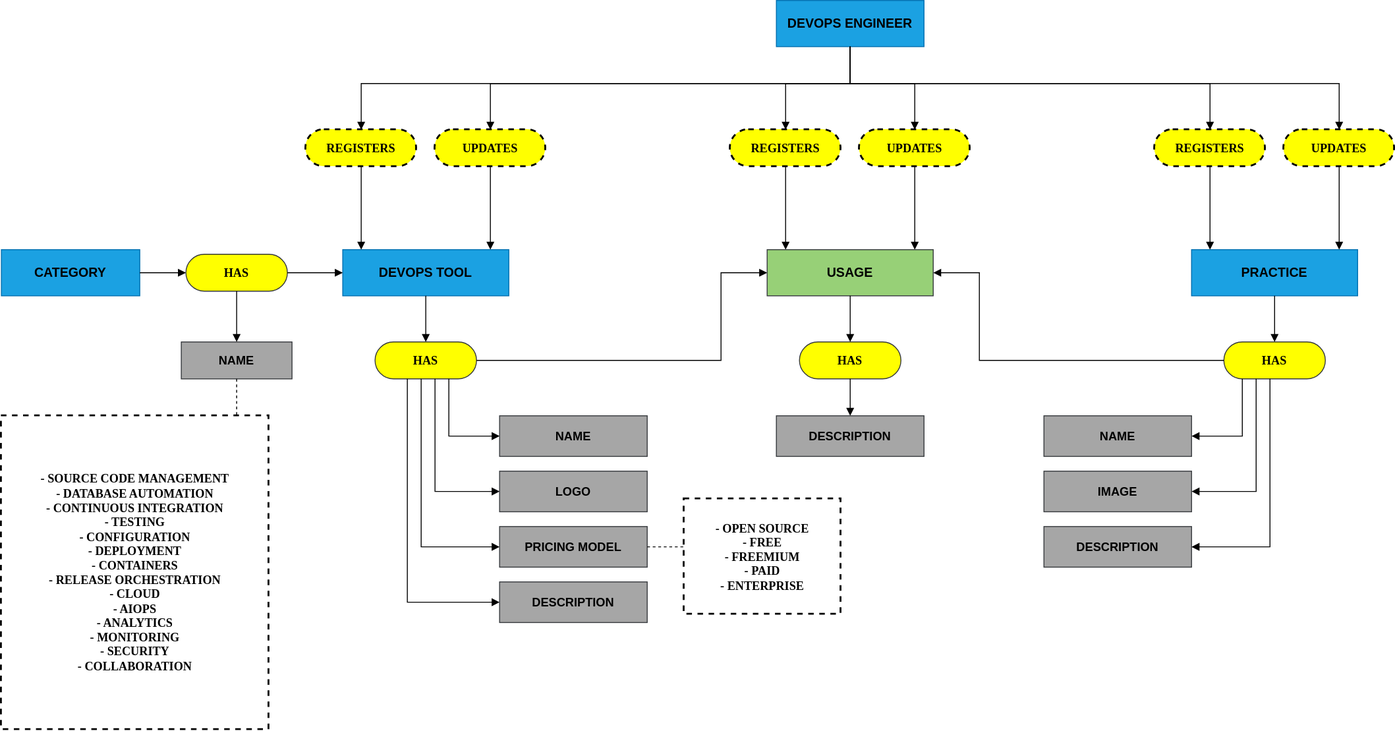
This is docs/esquema-preconceptual.svg from sromerop01/DevOpsTool, a draw.io export, as it was before one commit. Source tidied: cells renumbered, new cells last; positions are measured from the earlier drawing's top-left corner, leaving out a move shared by most shapes.
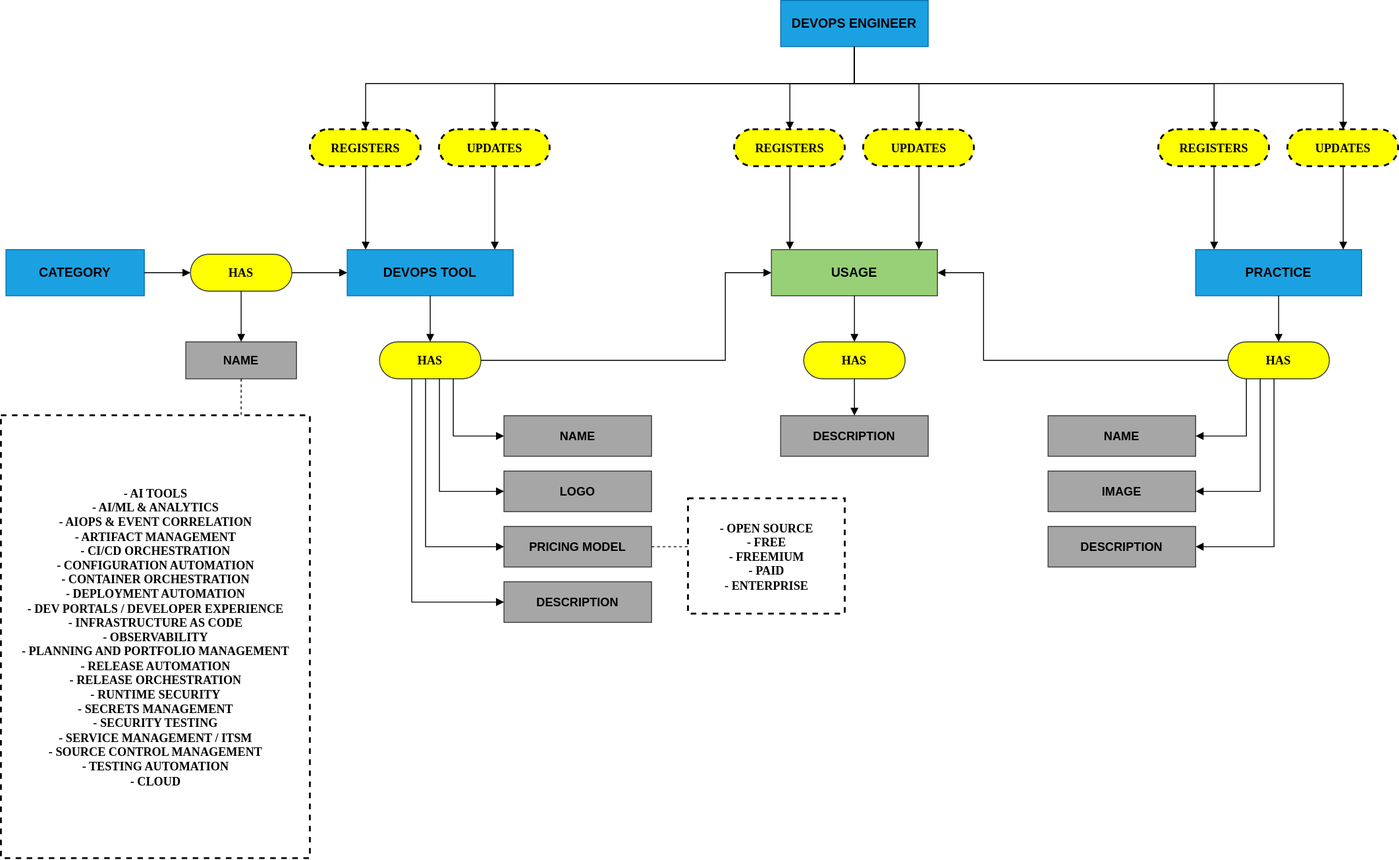
Later version of the same file.

Commit message:
feat(index): esquema con las 21 categorías de Digital.ai

What changed in the source:
```diff
@@ -41,8 +41,8 @@
     <mxCell id="14" value="NAME" style="rounded=0;whiteSpace=wrap;html=1;fillColor=#A6A6A6;strokeColor=#36393D;fontColor=#000000;fontStyle=1;fontSize=13;fontFamily=Helvetica;" parent="1" vertex="1">
       <mxGeometry x="195" y="370" width="120" height="40" as="geometry" />
     </mxCell>
-    <mxCell id="15" value="- SOURCE CODE MANAGEMENT&lt;br&gt;- DATABASE AUTOMATION&lt;br&gt;- CONTINUOUS INTEGRATION&lt;br&gt;- TESTING&lt;br&gt;- CONFIGURATION&lt;br&gt;- DEPLOYMENT&lt;br&gt;- CONTAINERS&lt;br&gt;- RELEASE ORCHESTRATION&lt;br&gt;- CLOUD&lt;br&gt;- AIOPS&lt;br&gt;- ANALYTICS&lt;br&gt;- MONITORING&lt;br&gt;- SECURITY&lt;br&gt;- COLLABORATION" style="rounded=0;whiteSpace=wrap;html=1;fillColor=none;strokeColor=#000000;fontColor=#000000;dashed=1;strokeWidth=2;fontStyle=1;fontSize=13;fontFamily=Times New Roman;align=center;verticalAlign=middle;" parent="1" vertex="1">
-      <mxGeometry y="450" width="290" height="340" as="geometry" />
+    <mxCell id="15" value="- AI TOOLS&lt;br&gt;- AI/ML &amp;amp; ANALYTICS&lt;br&gt;- AIOPS &amp;amp; EVENT CORRELATION&lt;br&gt;- ARTIFACT MANAGEMENT&lt;br&gt;- CI/CD ORCHESTRATION&lt;br&gt;- CONFIGURATION AUTOMATION&lt;br&gt;- CONTAINER ORCHESTRATION&lt;br&gt;- DEPLOYMENT AUTOMATION&lt;br&gt;- DEV PORTALS / DEVELOPER EXPERIENCE&lt;br&gt;- INFRASTRUCTURE AS CODE&lt;br&gt;- OBSERVABILITY&lt;br&gt;- PLANNING AND PORTFOLIO MANAGEMENT&lt;br&gt;- RELEASE AUTOMATION&lt;br&gt;- RELEASE ORCHESTRATION&lt;br&gt;- RUNTIME SECURITY&lt;br&gt;- SECRETS MANAGEMENT&lt;br&gt;- SECURITY TESTING&lt;br&gt;- SERVICE MANAGEMENT / ITSM&lt;br&gt;- SOURCE CONTROL MANAGEMENT&lt;br&gt;- TESTING AUTOMATION&lt;br&gt;- CLOUD" style="rounded=0;whiteSpace=wrap;html=1;fillColor=none;strokeColor=#000000;fontColor=#000000;dashed=1;strokeWidth=2;fontStyle=1;fontSize=13;fontFamily=Times New Roman;align=center;verticalAlign=middle;" parent="1" vertex="1">
+      <mxGeometry x="-5" y="450" width="335" height="480" as="geometry" />
     </mxCell>
     <mxCell id="16" value="HAS" style="rounded=1;arcSize=50;whiteSpace=wrap;html=1;fillColor=#FFFF00;strokeColor=#36393D;fontColor=#000000;fontStyle=1;fontSize=13;fontFamily=Times New Roman;" parent="1" vertex="1">
       <mxGeometry x="405" y="370" width="110" height="40" as="geometry" />
@@ -155,7 +155,7 @@
     <mxCell id="42" style="endArrow=block;endFill=1;html=1;rounded=0;strokeColor=#000000;exitX=0.5000;exitY=1.0000;exitDx=0;exitDy=0;entryX=0.5000;entryY=0.0000;entryDx=0;entryDy=0;" parent="1" edge="1" source="13" target="14">
       <mxGeometry relative="1" as="geometry" />
     </mxCell>
-    <mxCell id="43" style="endArrow=none;html=1;rounded=0;dashed=1;strokeColor=#000000;exitX=0.5000;exitY=1.0000;exitDx=0;exitDy=0;entryX=0.8793;entryY=0.0000;entryDx=0;entryDy=0;" parent="1" edge="1" source="14" target="15">
+    <mxCell id="43" style="endArrow=none;html=1;rounded=0;dashed=1;strokeColor=#000000;exitX=0.5000;exitY=1.0000;exitDx=0;exitDy=0;entryX=0.7761;entryY=0.0000;entryDx=0;entryDy=0;" parent="1" edge="1" source="14" target="15">
       <mxGeometry relative="1" as="geometry" />
     </mxCell>
     <mxCell id="44" style="endArrow=block;endFill=1;html=1;rounded=0;strokeColor=#000000;exitX=0.5000;exitY=1.0000;exitDx=0;exitDy=0;entryX=0.5000;entryY=0.0000;entryDx=0;entryDy=0;" parent="1" edge="1" source="9" target="16">
```
